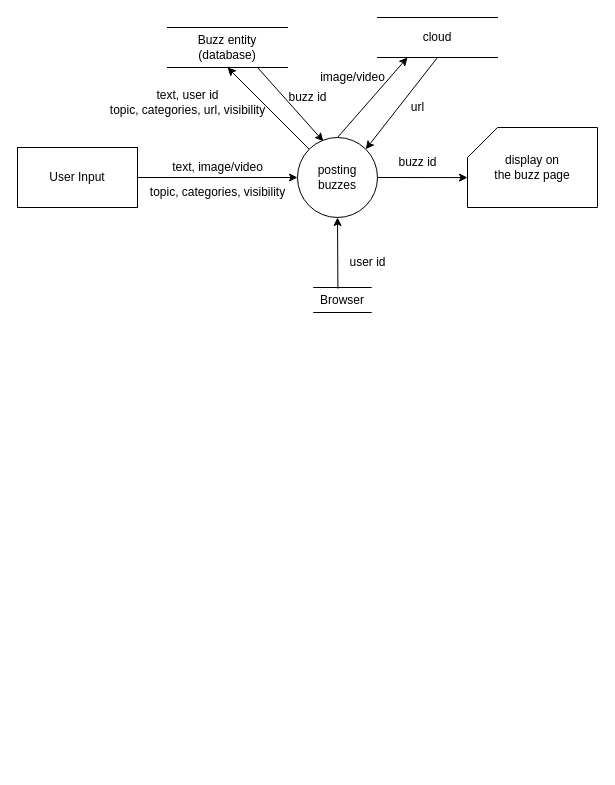
Before: DFD/Buzzes.drawio in DonaldLamNL/buzzer, a draw.io diagram. Source tidied: cells renumbered, new cells numbered last; positions are measured from the earlier drawing's top-left corner, leaving out a move shared by most shapes. Both pictures are drawn from the tidied source at 100%, with x=0, y=0 at pixel (17, 17).
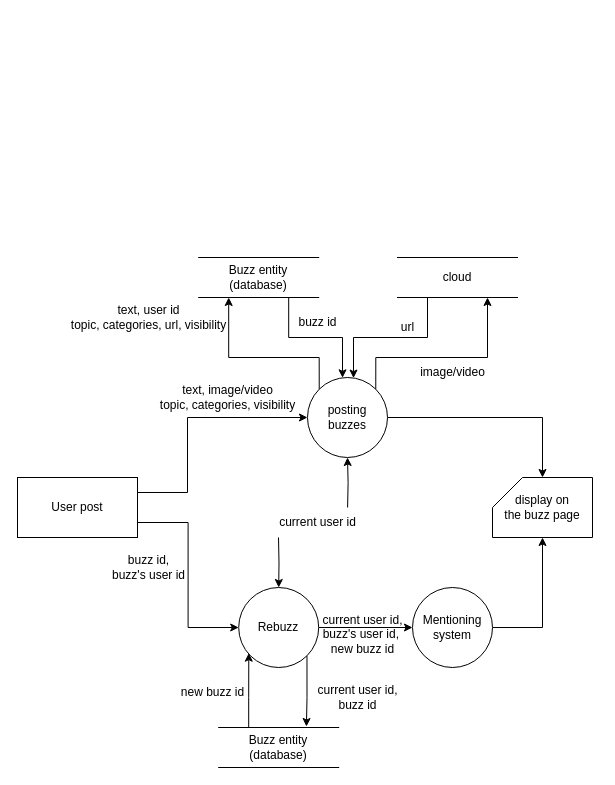
Above is the later version.

The edit, as a diff of the source:
```diff
@@
-    <mxCell id="2" style="edgeStyle=none;html=1;exitX=1;exitY=0.5;exitDx=0;exitDy=0;" parent="1" edge="1" source="3">
-      <mxGeometry relative="1" as="geometry">
-        <mxPoint x="280" y="160" as="targetPoint" />
-      </mxGeometry>
-    </mxCell>
-    <mxCell id="3" value="User Input" style="rounded=0;whiteSpace=wrap;html=1;" parent="1" vertex="1">
-      <mxGeometry y="130" width="120" height="60" as="geometry" />
-    </mxCell>
-    <mxCell id="4" value="text, image/video" style="text;html=1;align=center;verticalAlign=middle;strokeColor=none;fillColor=none;" parent="1" vertex="1">
-      <mxGeometry x="145" y="135" width="110" height="30" as="geometry" />
+    <mxCell id="4" value="text, image/video&lt;br&gt;topic, categories, visibility" style="text;html=1;align=center;verticalAlign=middle;strokeColor=none;fillColor=none;" parent="1" vertex="1">
+      <mxGeometry x="130" y="360" width="160" height="40" as="geometry" />
     </mxCell>
-    <mxCell id="5" style="edgeStyle=none;html=1;exitX=1;exitY=0.5;exitDx=0;exitDy=0;" parent="1" edge="1" source="8">
-      <mxGeometry relative="1" as="geometry">
-        <mxPoint x="450" y="160.1" as="targetPoint" />
-      </mxGeometry>
-    </mxCell>
-    <mxCell id="6" style="edgeStyle=none;html=1;exitX=0;exitY=0;exitDx=0;exitDy=0;entryX=0.5;entryY=1;entryDx=0;entryDy=0;" parent="1" edge="1" source="8" target="13">
-      <mxGeometry relative="1" as="geometry" />
-    </mxCell>
+    <mxCell id="23" style="edgeStyle=orthogonalEdgeStyle;rounded=0;jettySize=auto;html=1;exitX=1;exitY=0.25;exitDx=0;exitDy=0;entryX=0;entryY=0.5;entryDx=0;entryDy=0;" parent="1" edge="1" source="25" target="8">
+      <mxGeometry relative="1" as="geometry">
+        <Array as="points">
+          <mxPoint x="170" y="475" />
+          <mxPoint x="170" y="400" />
+        </Array>
+      </mxGeometry>
+    </mxCell>
+    <mxCell id="24" style="edgeStyle=orthogonalEdgeStyle;rounded=0;jettySize=auto;html=1;exitX=1;exitY=0.75;exitDx=0;exitDy=0;entryX=0;entryY=0.5;entryDx=0;entryDy=0;" parent="1" edge="1" source="25" target="31">
+      <mxGeometry relative="1" as="geometry" />
+    </mxCell>
+    <mxCell id="25" value="User post" style="rounded=0;whiteSpace=wrap;html=1;" parent="1" vertex="1">
+      <mxGeometry y="460" width="120" height="60" as="geometry" />
+    </mxCell>
+    <mxCell id="26" style="edgeStyle=orthogonalEdgeStyle;rounded=0;jettySize=auto;html=1;exitX=0;exitY=0;exitDx=0;exitDy=0;entryX=0.25;entryY=1;entryDx=0;entryDy=0;" parent="1" edge="1" source="8" target="37">
+      <mxGeometry relative="1" as="geometry">
+        <Array as="points">
+          <mxPoint x="302" y="340" />
+          <mxPoint x="211" y="340" />
+        </Array>
+      </mxGeometry>
+    </mxCell>
-    <mxCell id="7" style="edgeStyle=none;html=1;exitX=0.5;exitY=0;exitDx=0;exitDy=0;entryX=0.25;entryY=1;entryDx=0;entryDy=0;" parent="1" edge="1" source="8" target="18">
-      <mxGeometry relative="1" as="geometry" />
+    <mxCell id="7" style="edgeStyle=orthogonalEdgeStyle;rounded=0;jettySize=auto;html=1;exitX=1;exitY=0;exitDx=0;exitDy=0;entryX=0.75;entryY=1;entryDx=0;entryDy=0;" parent="1" edge="1" source="8" target="18">
+      <mxGeometry relative="1" as="geometry">
+        <Array as="points">
+          <mxPoint x="358" y="340" />
+          <mxPoint x="470" y="340" />
+        </Array>
+      </mxGeometry>
     </mxCell>
+    <mxCell id="27" style="edgeStyle=orthogonalEdgeStyle;rounded=0;jettySize=auto;html=1;exitX=1;exitY=0.5;exitDx=0;exitDy=0;entryX=0.5;entryY=0;entryDx=0;entryDy=0;entryPerimeter=0;" parent="1" edge="1" source="8" target="14">
+      <mxGeometry relative="1" as="geometry" />
+    </mxCell>
     <mxCell id="8" value="posting&lt;br&gt;buzzes" style="ellipse;whiteSpace=wrap;html=1;" parent="1" vertex="1">
-      <mxGeometry x="280" y="120" width="80" height="80" as="geometry" />
+      <mxGeometry x="290" y="360" width="80" height="80" as="geometry" />
     </mxCell>
-    <mxCell id="9" value="Browser" style="shape=partialRectangle;whiteSpace=wrap;html=1;left=0;right=0;fillColor=none;rounded=0;strokeColor=default;fontFamily=Helvetica;fontSize=12;fontColor=default;" parent="1" vertex="1">
-      <mxGeometry x="296.2" y="270" width="57.5" height="25" as="geometry" />
-    </mxCell>
-    <mxCell id="10" style="edgeStyle=none;html=1;exitX=0.421;exitY=0.047;exitDx=0;exitDy=0;entryX=0.5;entryY=1;entryDx=0;entryDy=0;exitPerimeter=0;" parent="1" edge="1" source="9" target="8">
-      <mxGeometry relative="1" as="geometry" />
-    </mxCell>
-    <mxCell id="11" value="user id" style="text;html=1;align=center;verticalAlign=middle;strokeColor=none;fillColor=none;" parent="1" vertex="1">
-      <mxGeometry x="320" y="230" width="60" height="30" as="geometry" />
-    </mxCell>
-    <mxCell id="12" style="edgeStyle=none;html=1;exitX=0.75;exitY=1;exitDx=0;exitDy=0;entryX=0.323;entryY=0.047;entryDx=0;entryDy=0;entryPerimeter=0;" parent="1" edge="1" source="13" target="8">
-      <mxGeometry relative="1" as="geometry" />
-    </mxCell>
-    <mxCell id="13" value="Buzz entity (database)" style="shape=partialRectangle;whiteSpace=wrap;html=1;left=0;right=0;fillColor=none;rounded=0;strokeColor=default;fontFamily=Helvetica;fontSize=12;fontColor=default;" parent="1" vertex="1">
-      <mxGeometry x="150" y="10" width="120" height="40" as="geometry" />
-    </mxCell>
+    <mxCell id="28" style="edgeStyle=orthogonalEdgeStyle;rounded=0;jettySize=auto;html=1;exitX=1;exitY=0.5;exitDx=0;exitDy=0;entryX=0;entryY=0.5;entryDx=0;entryDy=0;" parent="1" edge="1" source="31" target="35">
+      <mxGeometry relative="1" as="geometry" />
+    </mxCell>
+    <mxCell id="29" style="edgeStyle=orthogonalEdgeStyle;rounded=0;jettySize=auto;html=1;exitX=1;exitY=1;exitDx=0;exitDy=0;entryX=0.731;entryY=-0.025;entryDx=0;entryDy=0;entryPerimeter=0;" parent="1" edge="1" source="31" target="41">
+      <mxGeometry relative="1" as="geometry" />
+    </mxCell>
+    <mxCell id="30" style="edgeStyle=orthogonalEdgeStyle;rounded=0;jettySize=auto;html=1;entryX=0.5;entryY=0;entryDx=0;entryDy=0;" parent="1" edge="1" target="31">
+      <mxGeometry relative="1" as="geometry">
+        <mxPoint x="261" y="520" as="sourcePoint" />
+      </mxGeometry>
+    </mxCell>
+    <mxCell id="31" value="Rebuzz" style="ellipse;whiteSpace=wrap;html=1;" parent="1" vertex="1">
+      <mxGeometry x="221.2" y="570" width="80" height="80" as="geometry" />
+    </mxCell>
+    <mxCell id="32" style="edgeStyle=orthogonalEdgeStyle;rounded=0;jettySize=auto;html=1;" parent="1" edge="1" target="8">
+      <mxGeometry relative="1" as="geometry">
+        <mxPoint x="330.1" y="490" as="sourcePoint" />
+      </mxGeometry>
+    </mxCell>
+    <mxCell id="33" value="current user id" style="text;html=1;align=center;verticalAlign=middle;strokeColor=none;fillColor=none;" parent="1" vertex="1">
+      <mxGeometry x="250" y="490" width="100" height="30" as="geometry" />
+    </mxCell>
+    <mxCell id="34" style="edgeStyle=orthogonalEdgeStyle;rounded=0;jettySize=auto;html=1;exitX=1;exitY=0.5;exitDx=0;exitDy=0;entryX=0.5;entryY=1;entryDx=0;entryDy=0;entryPerimeter=0;" parent="1" edge="1" source="35" target="14">
+      <mxGeometry relative="1" as="geometry" />
+    </mxCell>
+    <mxCell id="35" value="Mentioning system" style="ellipse;whiteSpace=wrap;html=1;" parent="1" vertex="1">
+      <mxGeometry x="395" y="570" width="80" height="80" as="geometry" />
+    </mxCell>
     <mxCell id="14" value="display on &lt;br&gt;the buzz page" style="shape=card;whiteSpace=wrap;html=1;" parent="1" vertex="1">
-      <mxGeometry x="450" y="110" width="130" height="80" as="geometry" />
+      <mxGeometry x="475" y="460" width="100" height="60" as="geometry" />
     </mxCell>
-    <mxCell id="15" value="text, user id&lt;br&gt;topic,&amp;nbsp;categories, url, visibility" style="text;html=1;align=center;verticalAlign=middle;strokeColor=none;fillColor=none;" parent="1" vertex="1">
-      <mxGeometry x="80" y="65" width="180" height="40" as="geometry" />
-    </mxCell>
-    <mxCell id="16" value="topic,&amp;nbsp;categories, visibility" style="text;html=1;align=center;verticalAlign=middle;strokeColor=none;fillColor=none;" parent="1" vertex="1">
-      <mxGeometry x="120" y="160" width="160" height="30" as="geometry" />
-    </mxCell>
+    <mxCell id="36" style="edgeStyle=orthogonalEdgeStyle;rounded=0;jettySize=auto;html=1;exitX=0.75;exitY=1;exitDx=0;exitDy=0;entryX=0.438;entryY=0.004;entryDx=0;entryDy=0;entryPerimeter=0;" parent="1" edge="1" source="37" target="8">
+      <mxGeometry relative="1" as="geometry" />
+    </mxCell>
+    <mxCell id="37" value="Buzz entity (database)" style="shape=partialRectangle;whiteSpace=wrap;html=1;left=0;right=0;fillColor=none;rounded=0;strokeColor=default;fontFamily=Helvetica;fontSize=12;fontColor=default;" parent="1" vertex="1">
+      <mxGeometry x="181.2" y="240" width="120" height="40" as="geometry" />
+    </mxCell>
-    <mxCell id="17" style="edgeStyle=none;html=1;exitX=0.5;exitY=1;exitDx=0;exitDy=0;entryX=1;entryY=0;entryDx=0;entryDy=0;" parent="1" edge="1" source="18" target="8">
+    <mxCell id="17" style="edgeStyle=orthogonalEdgeStyle;rounded=0;jettySize=auto;html=1;exitX=0.25;exitY=1;exitDx=0;exitDy=0;entryX=0.575;entryY=0.007;entryDx=0;entryDy=0;entryPerimeter=0;" parent="1" edge="1" source="18" target="8">
       <mxGeometry relative="1" as="geometry" />
     </mxCell>
     <mxCell id="18" value="cloud" style="shape=partialRectangle;whiteSpace=wrap;html=1;left=0;right=0;fillColor=none;rounded=0;strokeColor=default;fontFamily=Helvetica;fontSize=12;fontColor=default;" parent="1" vertex="1">
-      <mxGeometry x="360" width="120" height="40" as="geometry" />
+      <mxGeometry x="380" y="240" width="120" height="40" as="geometry" />
     </mxCell>
     <mxCell id="19" value="image/video" style="text;html=1;align=center;verticalAlign=middle;strokeColor=none;fillColor=none;" parent="1" vertex="1">
-      <mxGeometry x="290" y="45" width="90" height="30" as="geometry" />
+      <mxGeometry x="390" y="340" width="90" height="30" as="geometry" />
     </mxCell>
     <mxCell id="20" value="url" style="text;html=1;align=center;verticalAlign=middle;strokeColor=none;fillColor=none;" parent="1" vertex="1">
-      <mxGeometry x="380" y="75" width="40" height="30" as="geometry" />
+      <mxGeometry x="370" y="295" width="40" height="30" as="geometry" />
     </mxCell>
-    <mxCell id="21" value="buzz id" style="text;html=1;align=center;verticalAlign=middle;strokeColor=none;fillColor=none;" parent="1" vertex="1">
-      <mxGeometry x="370" y="130" width="60" height="30" as="geometry" />
-    </mxCell>
-    <mxCell id="22" value="buzz id" style="text;html=1;align=center;verticalAlign=middle;strokeColor=none;fillColor=none;" parent="1" vertex="1">
-      <mxGeometry x="260" y="65" width="60" height="30" as="geometry" />
-    </mxCell>
+    <mxCell id="38" value="buzz id" style="text;html=1;align=center;verticalAlign=middle;strokeColor=none;fillColor=none;" parent="1" vertex="1">
+      <mxGeometry x="270" y="290" width="60" height="30" as="geometry" />
+    </mxCell>
+    <mxCell id="15" value="text, user id&lt;br&gt;topic,&amp;nbsp;categories, url, visibility" style="text;html=1;align=center;verticalAlign=middle;strokeColor=none;fillColor=none;" parent="1" vertex="1">
+      <mxGeometry x="41.2" y="280" width="180" height="40" as="geometry" />
+    </mxCell>
+    <mxCell id="39" value="buzz id, &lt;br&gt;buzz's user id" style="text;html=1;align=center;verticalAlign=middle;strokeColor=none;fillColor=none;" parent="1" vertex="1">
+      <mxGeometry x="81.2" y="530" width="100" height="40" as="geometry" />
+    </mxCell>
+    <mxCell id="40" style="edgeStyle=orthogonalEdgeStyle;rounded=0;jettySize=auto;html=1;exitX=0.25;exitY=0;exitDx=0;exitDy=0;entryX=0.126;entryY=0.821;entryDx=0;entryDy=0;entryPerimeter=0;" parent="1" edge="1" source="41" target="31">
+      <mxGeometry relative="1" as="geometry" />
+    </mxCell>
+    <mxCell id="41" value="Buzz entity (database)" style="shape=partialRectangle;whiteSpace=wrap;html=1;left=0;right=0;fillColor=none;rounded=0;strokeColor=default;fontFamily=Helvetica;fontSize=12;fontColor=default;" parent="1" vertex="1">
+      <mxGeometry x="201.2" y="710" width="120" height="40" as="geometry" />
+    </mxCell>
+    <mxCell id="42" value="current user id,&lt;br&gt;buzz id" style="text;html=1;align=center;verticalAlign=middle;strokeColor=none;fillColor=none;" parent="1" vertex="1">
+      <mxGeometry x="290" y="660" width="100" height="40" as="geometry" />
+    </mxCell>
+    <mxCell id="43" value="current user id,&lt;br&gt;buzz's user id,&amp;nbsp;&lt;br&gt;new buzz id" style="text;html=1;align=center;verticalAlign=middle;strokeColor=none;fillColor=none;" parent="1" vertex="1">
+      <mxGeometry x="295" y="587" width="100" height="60" as="geometry" />
+    </mxCell>
+    <mxCell id="44" value="new buzz id" style="text;html=1;align=center;verticalAlign=middle;strokeColor=none;fillColor=none;" parent="1" vertex="1">
+      <mxGeometry x="150" y="660" width="90" height="30" as="geometry" />
+    </mxCell>
```
